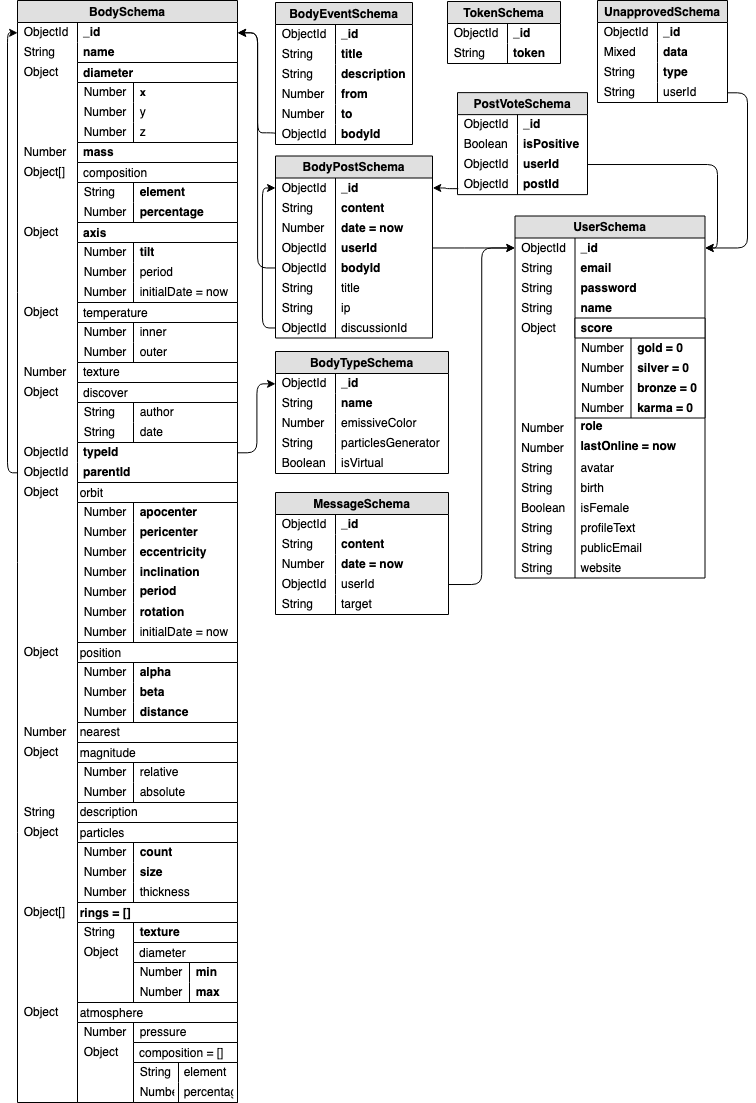
The draw.io diagram docs/Images/DB.png in michalstruna/universis, before a commit. Source tidied: cells renumbered, new cells last; positions are measured from the earlier drawing's top-left corner, leaving out a move shared by most shapes.
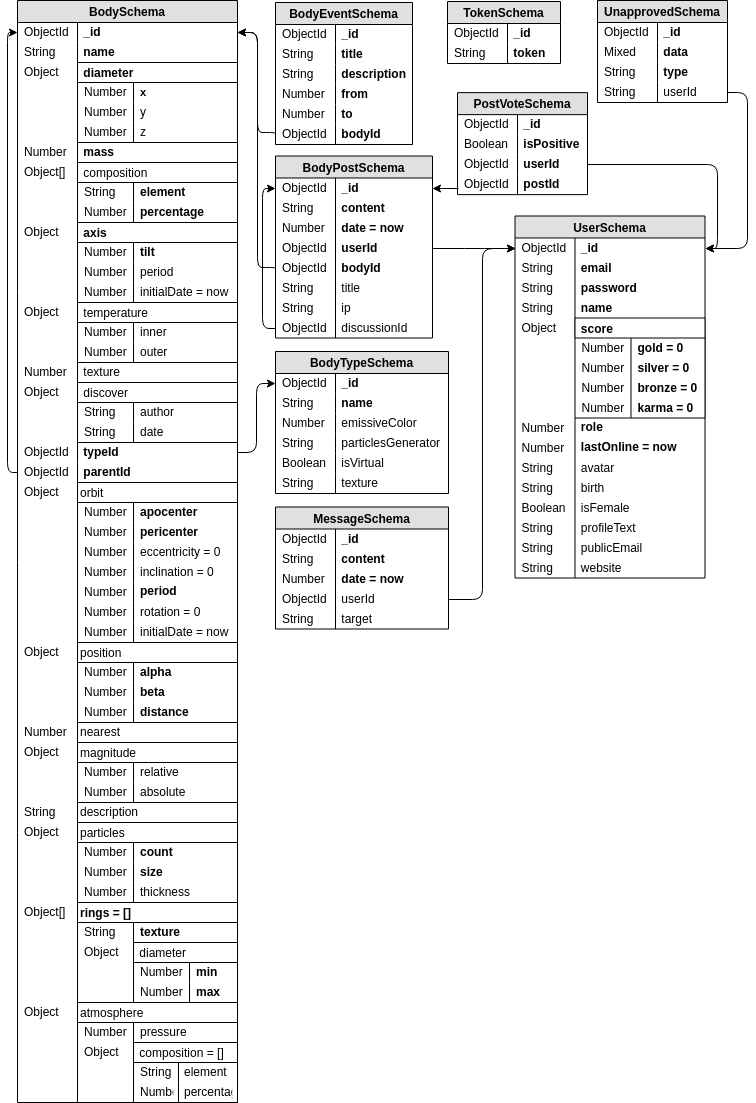
After the commit.

The edit, as a diff of the source:
```diff
@@ -179,13 +179,13 @@
     <mxCell id="60" value="Number" style="shape=partialRectangle;fontStyle=0;top=0;left=0;bottom=0;fillColor=none;align=left;verticalAlign=middle;spacingLeft=4;spacingRight=4;overflow=hidden;fontSize=12;spacing=2;" parent="59" vertex="1">
       <mxGeometry width="56" height="20" as="geometry" />
     </mxCell>
-    <mxCell id="61" value="eccentricity" style="shape=partialRectangle;top=0;left=0;right=0;bottom=0;align=left;verticalAlign=middle;fillColor=none;spacingLeft=60;spacingRight=4;overflow=hidden;fontSize=12;spacing=2;fontStyle=1;" parent="56" vertex="1">
+    <mxCell id="61" value="eccentricity = 0" style="shape=partialRectangle;top=0;left=0;right=0;bottom=0;align=left;verticalAlign=middle;fillColor=none;spacingLeft=60;spacingRight=4;overflow=hidden;fontSize=12;spacing=2;fontStyle=0;" parent="56" vertex="1">
       <mxGeometry y="60" width="160" height="20" as="geometry" />
     </mxCell>
     <mxCell id="62" value="Number" style="shape=partialRectangle;fontStyle=0;top=0;left=0;bottom=0;fillColor=none;align=left;verticalAlign=middle;spacingLeft=4;spacingRight=4;overflow=hidden;fontSize=12;spacing=2;" parent="61" vertex="1">
       <mxGeometry width="56" height="20" as="geometry" />
     </mxCell>
-    <mxCell id="63" value="inclination" style="shape=partialRectangle;top=0;left=0;right=0;bottom=0;align=left;verticalAlign=middle;fillColor=none;spacingLeft=60;spacingRight=4;overflow=hidden;fontSize=12;spacing=2;fontStyle=1;" parent="56" vertex="1">
+    <mxCell id="63" value="inclination = 0" style="shape=partialRectangle;top=0;left=0;right=0;bottom=0;align=left;verticalAlign=middle;fillColor=none;spacingLeft=60;spacingRight=4;overflow=hidden;fontSize=12;spacing=2;fontStyle=0;" parent="56" vertex="1">
       <mxGeometry y="80" width="160" height="20" as="geometry" />
     </mxCell>
     <mxCell id="64" value="Number" style="shape=partialRectangle;fontStyle=0;top=0;left=0;bottom=0;fillColor=none;align=left;verticalAlign=middle;spacingLeft=4;spacingRight=4;overflow=hidden;fontSize=12;spacing=2;" parent="63" vertex="1">
@@ -197,7 +197,7 @@
     <mxCell id="66" value="Number" style="shape=partialRectangle;fontStyle=0;top=0;left=0;bottom=0;fillColor=none;align=left;verticalAlign=middle;spacingLeft=4;spacingRight=4;overflow=hidden;fontSize=12;spacing=2;" parent="65" vertex="1">
       <mxGeometry width="56" height="20" as="geometry" />
     </mxCell>
-    <mxCell id="67" value="rotation" style="shape=partialRectangle;top=0;left=0;right=0;bottom=0;align=left;verticalAlign=middle;fillColor=none;spacingLeft=60;spacingRight=4;overflow=hidden;fontSize=12;spacing=2;fontStyle=1;" parent="56" vertex="1">
+    <mxCell id="67" value="rotation = 0" style="shape=partialRectangle;top=0;left=0;right=0;bottom=0;align=left;verticalAlign=middle;fillColor=none;spacingLeft=60;spacingRight=4;overflow=hidden;fontSize=12;spacing=2;fontStyle=0;" parent="56" vertex="1">
       <mxGeometry y="120" width="160" height="20" as="geometry" />
     </mxCell>
     <mxCell id="68" value="Number" style="shape=partialRectangle;fontStyle=0;top=0;left=0;bottom=0;fillColor=none;align=left;verticalAlign=middle;spacingLeft=4;spacingRight=4;overflow=hidden;fontSize=12;spacing=2;" parent="67" vertex="1">
@@ -376,7 +376,7 @@
       </mxGeometry>
     </mxCell>
     <mxCell id="125" value="BodyTypeSchema" style="swimlane;fontStyle=1;horizontal=1;startSize=22;fillColor=#e0e0e0;swimlaneFillColor=#ffffff;align=center;fontSize=12;verticalAlign=middle;spacing=2;" parent="1" vertex="1">
-      <mxGeometry x="268" y="351" width="173" height="122" as="geometry" />
+      <mxGeometry x="268" y="351" width="173" height="142" as="geometry" />
     </mxCell>
     <mxCell id="126" value=" _id" style="shape=partialRectangle;top=0;left=0;right=0;bottom=0;align=left;verticalAlign=middle;fillColor=none;spacingLeft=60;spacingRight=4;overflow=hidden;points=[[0,0.5],[1,0.5]];portConstraint=eastwest;fontSize=12;fontStyle=1;spacing=2;" parent="125" vertex="1">
       <mxGeometry y="22" width="173" height="20" as="geometry" />
@@ -408,6 +408,12 @@
     <mxCell id="135" value="Boolean" style="shape=partialRectangle;fontStyle=0;top=0;left=0;bottom=0;fillColor=none;align=left;verticalAlign=middle;spacingLeft=4;spacingRight=4;overflow=hidden;fontSize=12;spacing=2;" parent="134" vertex="1">
       <mxGeometry width="60" height="20" as="geometry" />
     </mxCell>
+    <mxCell id="245" value=" texture" style="shape=partialRectangle;top=0;left=0;right=0;bottom=0;align=left;verticalAlign=middle;fillColor=none;spacingLeft=60;spacingRight=4;overflow=hidden;fontSize=12;spacing=2;" parent="125" vertex="1">
+      <mxGeometry y="122" width="173" height="20" as="geometry" />
+    </mxCell>
+    <mxCell id="246" value="String" style="shape=partialRectangle;fontStyle=0;top=0;left=0;bottom=0;fillColor=none;align=left;verticalAlign=middle;spacingLeft=4;spacingRight=4;overflow=hidden;fontSize=12;spacing=2;" parent="245" vertex="1">
+      <mxGeometry width="60" height="20" as="geometry" />
+    </mxCell>
     <mxCell id="136" value="BodyEventSchema" style="swimlane;fontStyle=1;horizontal=1;startSize=22;fillColor=#e0e0e0;swimlaneFillColor=#ffffff;align=center;fontSize=12;verticalAlign=middle;spacing=2;" parent="1" vertex="1">
       <mxGeometry x="268" y="2" width="137" height="142" as="geometry" />
     </mxCell>
@@ -674,7 +680,7 @@
       </mxGeometry>
     </mxCell>
     <mxCell id="219" value="MessageSchema" style="swimlane;fontStyle=1;horizontal=1;startSize=22;fillColor=#e0e0e0;swimlaneFillColor=#ffffff;align=center;fontSize=12;verticalAlign=middle;spacing=2;" parent="1" vertex="1">
-      <mxGeometry x="268" y="492" width="173" height="122" as="geometry" />
+      <mxGeometry x="268" y="506.5" width="173" height="122" as="geometry" />
     </mxCell>
     <mxCell id="220" value=" _id" style="shape=partialRectangle;top=0;left=0;right=0;bottom=0;align=left;verticalAlign=middle;fillColor=none;spacingLeft=60;spacingRight=4;overflow=hidden;fontSize=12;fontStyle=1;spacing=2;" parent="219" vertex="1">
       <mxGeometry y="22" width="173" height="20" as="geometry" />
```
